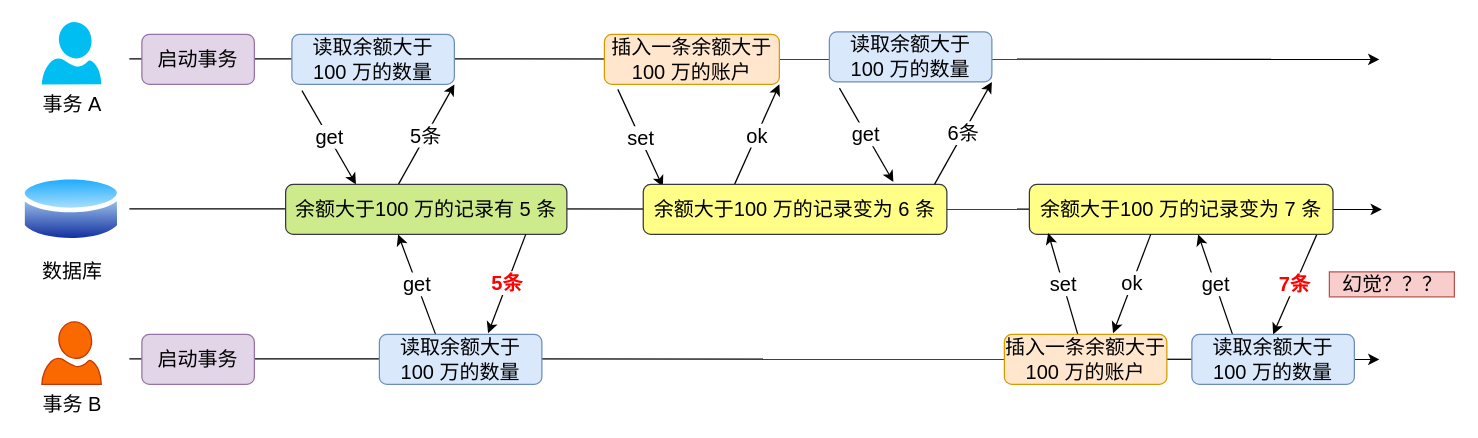
The draw.io diagram mysql/事务隔离/幻读.drawio in xiaolincoder/ImageHost4, before the edit. Source tidied: cells renumbered, new cells numbered last; positions are measured from the earlier drawing's top-left corner, leaving out a move shared by most shapes. Both pictures are drawn from the tidied source at 125%, with x=0, y=0 at pixel (20, 21).
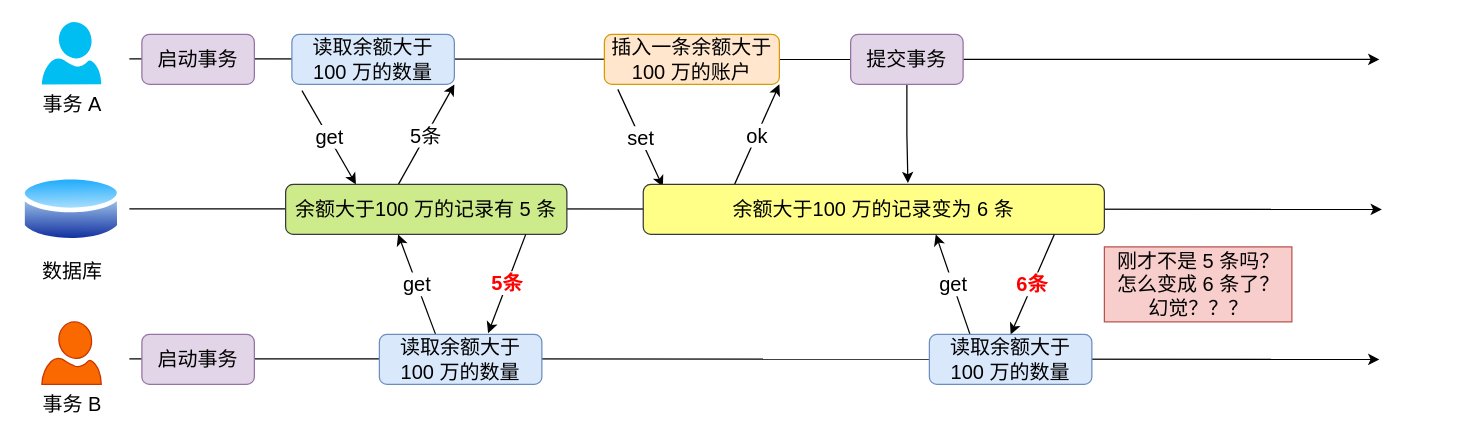
After the change.

What changed in the source:
```diff
@@
+    <mxCell id="32" style="endArrow=none;html=1;fontSize=16;" parent="1" edge="1" target="34">
+      <mxGeometry relative="1" as="geometry">
+        <mxPoint x="87" y="29.5" as="sourcePoint" />
+      </mxGeometry>
+    </mxCell>
-    <mxCell id="2" style="endArrow=classic;html=1;fontSize=16;" parent="1" edge="1">
+    <mxCell id="2" style="endArrow=classic;html=1;fontSize=16;startArrow=none;" parent="1" edge="1" source="34">
       <mxGeometry relative="1" as="geometry">
-        <mxPoint x="87" y="29.5" as="sourcePoint" />
         <mxPoint x="1087" y="30" as="targetPoint" />
       </mxGeometry>
     </mxCell>
@@
     <mxCell id="16" value="余额大于100 万的记录变为 6 条" style="rounded=1;whiteSpace=wrap;html=1;fontSize=16;fillColor=#ffff88;strokeColor=#36393d;" parent="1" vertex="1">
-      <mxGeometry x="498.1" y="130" width="242.9" height="40" as="geometry" />
+      <mxGeometry x="498.1" y="130" width="368.9" height="40" as="geometry" />
     </mxCell>
@@
-    <mxCell id="21" value="7条" style="edgeStyle=none;rounded=0;jettySize=auto;html=1;entryX=0.5;entryY=0;entryDx=0;entryDy=0;fontSize=16;fontColor=#FF0000;fontStyle=1;" parent="1" edge="1" target="23">
+    <mxCell id="21" value="6条" style="edgeStyle=none;rounded=0;jettySize=auto;html=1;entryX=0.5;entryY=0;entryDx=0;entryDy=0;fontSize=16;fontColor=#FF0000;fontStyle=1;" parent="1" edge="1" target="23">
       <mxGeometry relative="1" as="geometry">
-        <mxPoint x="1037" y="170" as="sourcePoint" />
+        <mxPoint x="827" y="170" as="sourcePoint" />
       </mxGeometry>
     </mxCell>
-    <mxCell id="22" value="get" style="edgeStyle=none;rounded=0;jettySize=auto;html=1;entryX=0.556;entryY=1;entryDx=0;entryDy=0;fontSize=16;entryPerimeter=0;exitX=0.25;exitY=0;exitDx=0;exitDy=0;" parent="1" edge="1" source="23" target="27">
-      <mxGeometry relative="1" as="geometry" />
+    <mxCell id="22" value="get" style="edgeStyle=none;rounded=0;jettySize=auto;html=1;entryX=0.556;entryY=1;entryDx=0;entryDy=0;fontSize=16;entryPerimeter=0;exitX=0.25;exitY=0;exitDx=0;exitDy=0;" parent="1" edge="1" source="23">
+      <mxGeometry relative="1" as="geometry">
+        <mxPoint x="732.1" y="170" as="targetPoint" />
+      </mxGeometry>
     </mxCell>
     <mxCell id="23" value="读取余额大于&lt;br&gt;100 万的数量" style="rounded=1;whiteSpace=wrap;html=1;fontSize=16;fillColor=#dae8fc;strokeColor=#6c8ebf;" parent="1" vertex="1">
-      <mxGeometry x="937" y="250" width="130" height="40" as="geometry" />
+      <mxGeometry x="727" y="250" width="130" height="40" as="geometry" />
     </mxCell>
-    <mxCell id="24" value="get" style="rounded=0;jettySize=auto;html=1;entryX=0.25;entryY=0;entryDx=0;entryDy=0;fontSize=16;exitX=0.062;exitY=1.125;exitDx=0;exitDy=0;exitPerimeter=0;" parent="1" edge="1" source="25">
-      <mxGeometry relative="1" as="geometry">
-        <mxPoint x="698.2" y="128" as="targetPoint" />
-      </mxGeometry>
-    </mxCell>
-    <mxCell id="25" value="读取余额大于 &lt;br&gt;100 万的数量" style="rounded=1;whiteSpace=wrap;html=1;fontSize=16;fillColor=#dae8fc;strokeColor=#6c8ebf;" parent="1" vertex="1">
-      <mxGeometry x="647" y="8" width="130" height="40" as="geometry" />
-    </mxCell>
-    <mxCell id="26" value="6条" style="edgeStyle=none;rounded=0;jettySize=auto;html=1;entryX=1;entryY=1;entryDx=0;entryDy=0;fontSize=16;exitX=0.396;exitY=0.05;exitDx=0;exitDy=0;exitPerimeter=0;" parent="1" edge="1" target="25">
-      <mxGeometry relative="1" as="geometry">
-        <mxPoint x="731.1" y="130" as="sourcePoint" />
-      </mxGeometry>
-    </mxCell>
-    <mxCell id="27" value="余额大于100 万的记录变为 7 条" style="rounded=1;whiteSpace=wrap;html=1;fontSize=16;fillColor=#ffff88;strokeColor=#36393d;" parent="1" vertex="1">
-      <mxGeometry x="807" y="130" width="242.9" height="40" as="geometry" />
-    </mxCell>
-    <mxCell id="28" value="ok" style="edgeStyle=none;rounded=0;jettySize=auto;html=1;entryX=0.669;entryY=-0.025;entryDx=0;entryDy=0;fontSize=16;entryPerimeter=0;" parent="1" edge="1" target="30">
-      <mxGeometry relative="1" as="geometry">
-        <mxPoint x="904.1" y="170" as="sourcePoint" />
-      </mxGeometry>
-    </mxCell>
-    <mxCell id="29" value="set" style="edgeStyle=none;rounded=0;jettySize=auto;html=1;fontSize=16;exitX=0.454;exitY=0.025;exitDx=0;exitDy=0;exitPerimeter=0;entryX=0.062;entryY=0.975;entryDx=0;entryDy=0;entryPerimeter=0;" parent="1" edge="1" source="30" target="27">
-      <mxGeometry relative="1" as="geometry" />
-    </mxCell>
-    <mxCell id="30" value="插入一条余额大于 100 万的账户" style="rounded=1;whiteSpace=wrap;html=1;fontSize=16;fillColor=#ffe6cc;strokeColor=#d79b00;" parent="1" vertex="1">
-      <mxGeometry x="787" y="250" width="130" height="40" as="geometry" />
-    </mxCell>
-    <mxCell id="31" value="幻觉？？？" style="text;html=1;align=center;verticalAlign=middle;strokeColor=#b85450;fontSize=16;fillColor=#f8cecc;" parent="1" vertex="1">
-      <mxGeometry x="1047" y="200" width="100" height="20" as="geometry" />
+    <mxCell id="31" value="刚才不是 5 条吗？&lt;br&gt;怎么变成 6 条了？&lt;br&gt;幻觉？？？" style="text;html=1;align=center;verticalAlign=middle;strokeColor=#b85450;fontSize=16;fillColor=#f8cecc;" parent="1" vertex="1">
+      <mxGeometry x="867" y="180" width="150" height="60" as="geometry" />
     </mxCell>
+    <mxCell id="33" style="edgeStyle=orthogonalEdgeStyle;rounded=0;jettySize=auto;html=1;entryX=0.574;entryY=-0.025;entryDx=0;entryDy=0;entryPerimeter=0;" parent="1" edge="1" source="34" target="16">
+      <mxGeometry relative="1" as="geometry" />
+    </mxCell>
+    <mxCell id="34" value="提交事务" style="rounded=1;whiteSpace=wrap;html=1;fontSize=16;fillColor=#e1d5e7;strokeColor=#9673a6;" parent="1" vertex="1">
+      <mxGeometry x="664" y="10" width="90" height="40" as="geometry" />
+    </mxCell>
```
